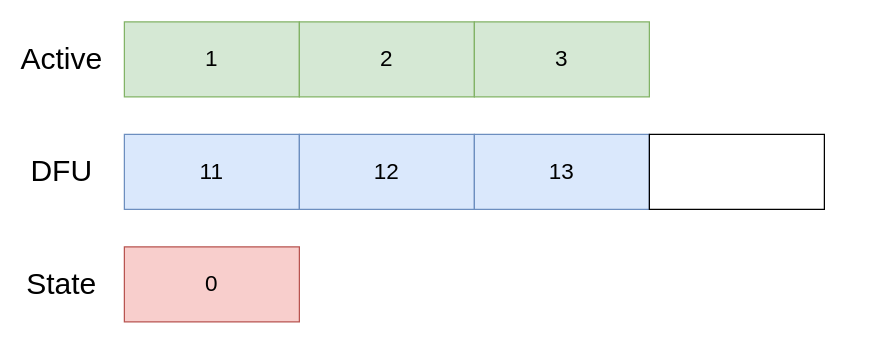
This is content/2022-04-29-firmware-updates-part-1/swap_initial.drawio from drogue-iot/blog.drogue.io, a draw.io file, before an edit. Source tidied: cells renumbered, new cells numbered last; positions are measured from the earlier drawing's top-left corner, leaving out a move shared by most shapes. Both pictures are drawn from the tidied source at 125%, with x=0, y=0 at pixel (36, 21).
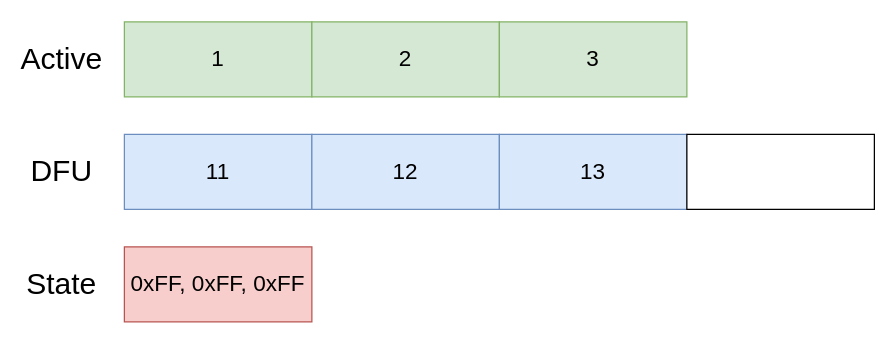
Above is the later version.

Change to the diagram source:
```diff
@@
 <mxGraphModel>
   <root>
     <mxCell id="0" />
     <mxCell id="1" parent="0" />
     <mxCell id="2" value="&lt;font style=&quot;font-size: 18px&quot;&gt;1&lt;/font&gt;" style="rounded=0;whiteSpace=wrap;html=1;fillColor=#d5e8d4;strokeColor=#82b366;" parent="1" vertex="1">
-      <mxGeometry x="70" width="140" height="60" as="geometry" />
+      <mxGeometry x="70" width="150" height="60" as="geometry" />
     </mxCell>
     <mxCell id="3" value="&lt;font style=&quot;font-size: 18px&quot;&gt;2&lt;/font&gt;" style="rounded=0;whiteSpace=wrap;html=1;fillColor=#d5e8d4;strokeColor=#82b366;" parent="1" vertex="1">
-      <mxGeometry x="210" width="140" height="60" as="geometry" />
+      <mxGeometry x="220" width="150" height="60" as="geometry" />
     </mxCell>
     <mxCell id="4" value="&lt;font style=&quot;font-size: 18px&quot;&gt;3&lt;/font&gt;" style="rounded=0;whiteSpace=wrap;html=1;fillColor=#d5e8d4;strokeColor=#82b366;" parent="1" vertex="1">
-      <mxGeometry x="350" width="140" height="60" as="geometry" />
+      <mxGeometry x="370" width="150" height="60" as="geometry" />
     </mxCell>
-    <mxCell id="5" value="&lt;font style=&quot;font-size: 18px&quot;&gt;0&lt;/font&gt;" style="rounded=0;whiteSpace=wrap;html=1;fillColor=#f8cecc;strokeColor=#b85450;" parent="1" vertex="1">
-      <mxGeometry x="70" y="180" width="140" height="60" as="geometry" />
+    <mxCell id="5" value="&lt;font style=&quot;font-size: 18px&quot;&gt;0xFF, 0xFF, 0xFF&lt;/font&gt;" style="rounded=0;whiteSpace=wrap;html=1;fillColor=#f8cecc;strokeColor=#b85450;" parent="1" vertex="1">
+      <mxGeometry x="70" y="180" width="150" height="60" as="geometry" />
     </mxCell>
     <mxCell id="6" value="&lt;font style=&quot;font-size: 18px&quot;&gt;11&lt;/font&gt;" style="rounded=0;whiteSpace=wrap;html=1;fillColor=#dae8fc;strokeColor=#6c8ebf;" parent="1" vertex="1">
-      <mxGeometry x="70" y="90" width="140" height="60" as="geometry" />
+      <mxGeometry x="70" y="90" width="150" height="60" as="geometry" />
     </mxCell>
     <mxCell id="7" value="&lt;font style=&quot;font-size: 18px&quot;&gt;12&lt;/font&gt;" style="rounded=0;whiteSpace=wrap;html=1;fillColor=#dae8fc;strokeColor=#6c8ebf;" parent="1" vertex="1">
-      <mxGeometry x="210" y="90" width="140" height="60" as="geometry" />
+      <mxGeometry x="220" y="90" width="150" height="60" as="geometry" />
     </mxCell>
     <mxCell id="8" value="&lt;font style=&quot;font-size: 18px&quot;&gt;13&lt;/font&gt;" style="rounded=0;whiteSpace=wrap;html=1;fillColor=#dae8fc;strokeColor=#6c8ebf;" parent="1" vertex="1">
-      <mxGeometry x="350" y="90" width="140" height="60" as="geometry" />
+      <mxGeometry x="370" y="90" width="150" height="60" as="geometry" />
     </mxCell>
     <mxCell id="9" style="rounded=0;whiteSpace=wrap;html=1;" parent="1" vertex="1">
-      <mxGeometry x="490" y="90" width="140" height="60" as="geometry" />
+      <mxGeometry x="520" y="90" width="150" height="60" as="geometry" />
     </mxCell>
     <mxCell id="10" value="&lt;font style=&quot;font-size: 24px&quot;&gt;Active&lt;/font&gt;" style="text;html=1;strokeColor=none;fillColor=none;align=center;verticalAlign=middle;whiteSpace=wrap;rounded=0;" parent="1" vertex="1">
       <mxGeometry y="20" width="40" height="20" as="geometry" />
     </mxCell>
     <mxCell id="11" value="&lt;font style=&quot;font-size: 24px&quot;&gt;DFU&lt;/font&gt;" style="text;html=1;strokeColor=none;fillColor=none;align=center;verticalAlign=middle;whiteSpace=wrap;rounded=0;" parent="1" vertex="1">
       <mxGeometry y="110" width="40" height="20" as="geometry" />
     </mxCell>
     <mxCell id="12" value="&lt;font style=&quot;font-size: 24px&quot;&gt;State&lt;/font&gt;" style="text;html=1;strokeColor=none;fillColor=none;align=center;verticalAlign=middle;whiteSpace=wrap;rounded=0;" parent="1" vertex="1">
       <mxGeometry y="200" width="40" height="20" as="geometry" />
     </mxCell>
   </root>
 </mxGraphModel>
```
